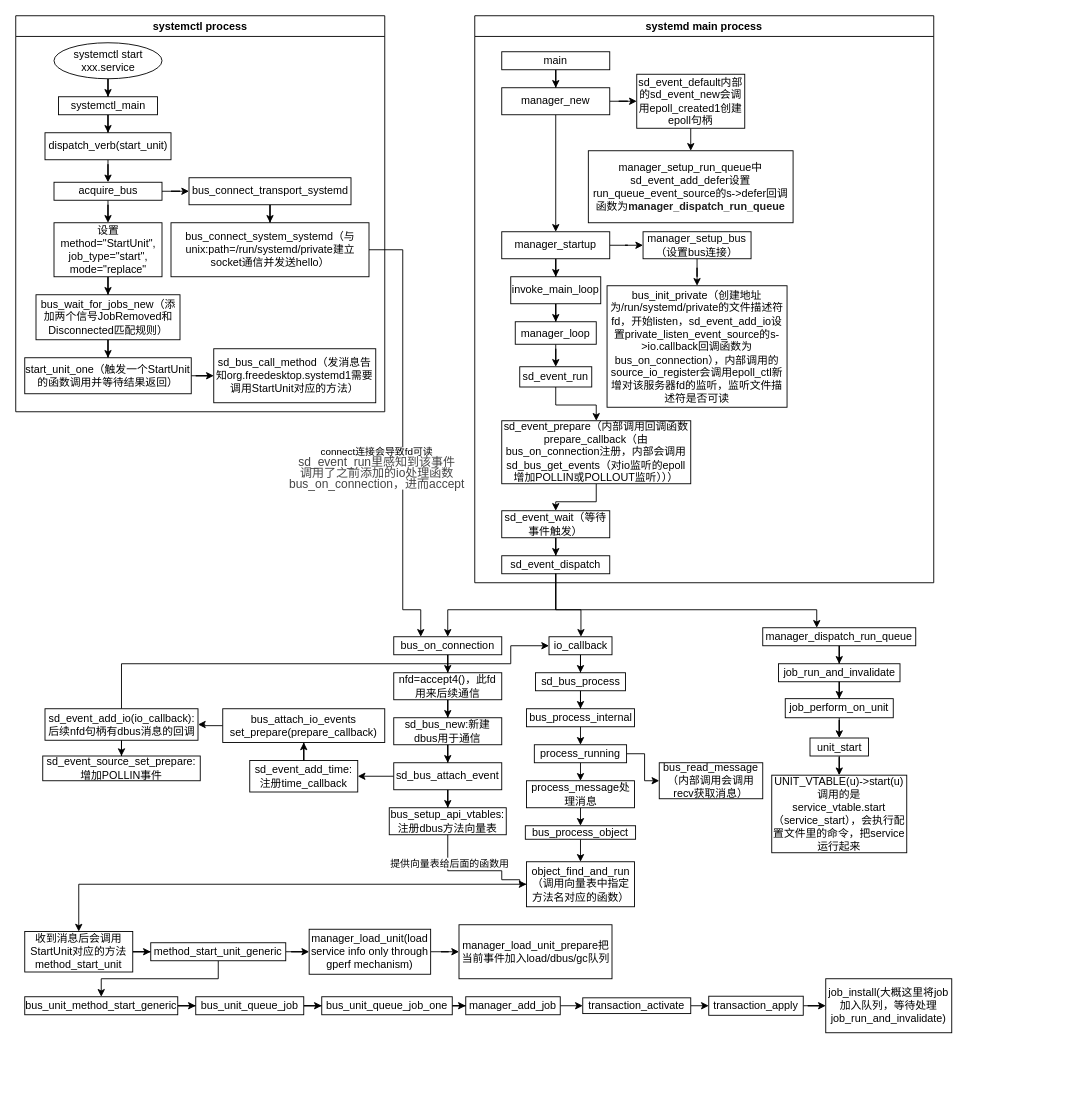
Before: systemd/code_read/systemctl/systemctl_process.drawio in syyhao1994/shenyangyang.github.io, a draw.io diagram. Source tidied: cells renumbered, new cells numbered last; positions are measured from the earlier drawing's top-left corner, leaving out a move shared by most shapes. Both pictures are drawn from the tidied source at 90%, with x=0, y=0 at pixel (15, 15).
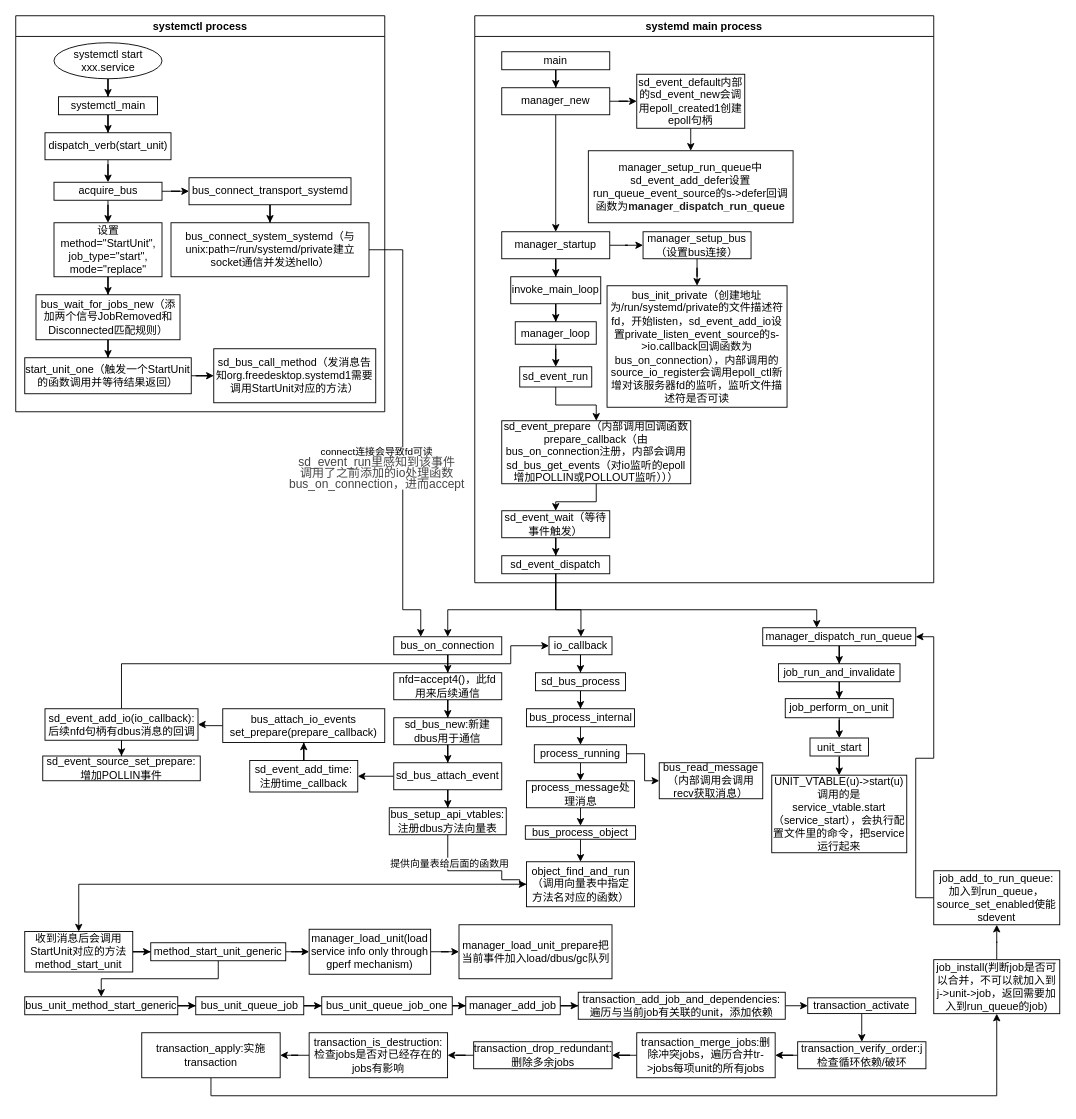
The same page after the edit.

Commit message (it also covers changes not shown here):
modify systemctl and add some thing about jobs

Unchanged cells that the change refers to:
```xml
<mxCell id="103" value="manager_add_job" style="whiteSpace=wrap;html=1;" parent="1" vertex="1">
  <mxGeometry x="500" y="1090" width="105" height="20" as="geometry" />
</mxCell>
<mxCell id="110" value="manager_dispatch_run_queue" style="whiteSpace=wrap;html=1;" parent="1" vertex="1">
  <mxGeometry x="830" y="680" width="170" height="20" as="geometry" />
</mxCell>
```

Diff of the diagram source:
```diff
@@
-    <mxCell id="102" style="edgeStyle=orthogonalEdgeStyle;rounded=0;jettySize=auto;html=1;" parent="1" edge="1" source="103" target="105">
-      <mxGeometry relative="1" as="geometry" />
-    </mxCell>
+    <mxCell id="119" style="edgeStyle=orthogonalEdgeStyle;rounded=0;jettySize=auto;html=1;" parent="1" edge="1" source="103" target="125">
+      <mxGeometry relative="1" as="geometry" />
+    </mxCell>
@@
     <mxCell id="105" value="transaction_activate" style="whiteSpace=wrap;html=1;" parent="1" vertex="1">
-      <mxGeometry x="630" y="1091.2" width="120" height="17.5" as="geometry" />
+      <mxGeometry x="880" y="1091.2" width="120" height="17.5" as="geometry" />
     </mxCell>
-    <mxCell id="106" style="edgeStyle=orthogonalEdgeStyle;rounded=0;jettySize=auto;html=1;" parent="1" edge="1" source="107" target="108">
-      <mxGeometry relative="1" as="geometry" />
-    </mxCell>
+    <mxCell id="120" style="edgeStyle=orthogonalEdgeStyle;rounded=0;jettySize=auto;html=1;" parent="1" edge="1" source="107" target="127">
+      <mxGeometry relative="1" as="geometry" />
+    </mxCell>
-    <mxCell id="107" value="transaction_apply" style="whiteSpace=wrap;html=1;" parent="1" vertex="1">
-      <mxGeometry x="770" y="1089.4" width="105" height="21.2" as="geometry" />
+    <mxCell id="107" value="transaction_verify_order:j检查循环依赖/破环" style="whiteSpace=wrap;html=1;" parent="1" vertex="1">
+      <mxGeometry x="868.8" y="1140" width="142.5" height="30" as="geometry" />
     </mxCell>
+    <mxCell id="121" style="edgeStyle=orthogonalEdgeStyle;rounded=0;jettySize=auto;html=1;" parent="1" edge="1" source="108" target="123">
+      <mxGeometry relative="1" as="geometry" />
+    </mxCell>
-    <mxCell id="108" value="job_install(大概这里将job加入队列，等待处理job_run_and_invalidate)" style="whiteSpace=wrap;html=1;" parent="1" vertex="1">
-      <mxGeometry x="900" y="1070" width="140" height="60" as="geometry" />
+    <mxCell id="108" value="job_install(判断job是否可以合并，不可以就加入到j-&amp;gt;unit-&amp;gt;job，返回需要加入到run_queue的job)" style="whiteSpace=wrap;html=1;" parent="1" vertex="1">
+      <mxGeometry x="1020" y="1048.8" width="140" height="60" as="geometry" />
     </mxCell>
@@
+    <mxCell id="122" style="edgeStyle=orthogonalEdgeStyle;rounded=0;jettySize=auto;html=1;entryX=1;entryY=0.5;entryDx=0;entryDy=0;" parent="1" edge="1" source="123" target="110">
+      <mxGeometry relative="1" as="geometry" />
+    </mxCell>
+    <mxCell id="123" value="job_add_to_run_queue:加入到run_queue，source_set_enabled使能sdevent" style="whiteSpace=wrap;html=1;" parent="1" vertex="1">
+      <mxGeometry x="1020" y="950" width="140" height="60" as="geometry" />
+    </mxCell>
+    <mxCell id="124" style="edgeStyle=orthogonalEdgeStyle;rounded=0;jettySize=auto;html=1;" parent="1" edge="1" source="125" target="105">
+      <mxGeometry relative="1" as="geometry" />
+    </mxCell>
+    <mxCell id="125" value="transaction_add_job_and_dependencies:遍历与当前job有关联的unit，添加依赖" style="rounded=0;whiteSpace=wrap;html=1;" parent="1" vertex="1">
+      <mxGeometry x="625" y="1085" width="230" height="30" as="geometry" />
+    </mxCell>
+    <mxCell id="126" style="edgeStyle=orthogonalEdgeStyle;rounded=0;jettySize=auto;html=1;" parent="1" edge="1" source="127" target="129">
+      <mxGeometry relative="1" as="geometry" />
+    </mxCell>
+    <mxCell id="127" value="transaction_merge_jobs:删除冲突jobs，遍历合并tr-&amp;gt;jobs每项unit的所有jobs" style="whiteSpace=wrap;html=1;" parent="1" vertex="1">
+      <mxGeometry x="690" y="1130" width="153.8" height="50" as="geometry" />
+    </mxCell>
+    <mxCell id="128" style="edgeStyle=orthogonalEdgeStyle;rounded=0;jettySize=auto;html=1;" parent="1" edge="1" source="129" target="131">
+      <mxGeometry relative="1" as="geometry" />
+    </mxCell>
+    <mxCell id="129" value="transaction_drop_redundant:删除多余jobs" style="whiteSpace=wrap;html=1;" parent="1" vertex="1">
+      <mxGeometry x="508.8" y="1140" width="153.8" height="30" as="geometry" />
+    </mxCell>
+    <mxCell id="130" style="edgeStyle=orthogonalEdgeStyle;rounded=0;jettySize=auto;html=1;" parent="1" edge="1" source="131" target="133">
+      <mxGeometry relative="1" as="geometry" />
+    </mxCell>
+    <mxCell id="131" value="transaction_is_destruction:检查jobs是否对已经存在的jobs有影响" style="whiteSpace=wrap;html=1;" parent="1" vertex="1">
+      <mxGeometry x="326" y="1130" width="153.8" height="50" as="geometry" />
+    </mxCell>
+    <mxCell id="132" style="edgeStyle=orthogonalEdgeStyle;rounded=0;jettySize=auto;html=1;entryX=0.5;entryY=1;entryDx=0;entryDy=0;" parent="1" edge="1" source="133" target="108">
+      <mxGeometry relative="1" as="geometry">
+        <Array as="points">
+          <mxPoint x="217" y="1200" />
+          <mxPoint x="1090" y="1200" />
+        </Array>
+      </mxGeometry>
+    </mxCell>
+    <mxCell id="133" value="transaction_apply:实施transaction" style="whiteSpace=wrap;html=1;" parent="1" vertex="1">
+      <mxGeometry x="140" y="1130" width="153.8" height="50" as="geometry" />
+    </mxCell>
```
